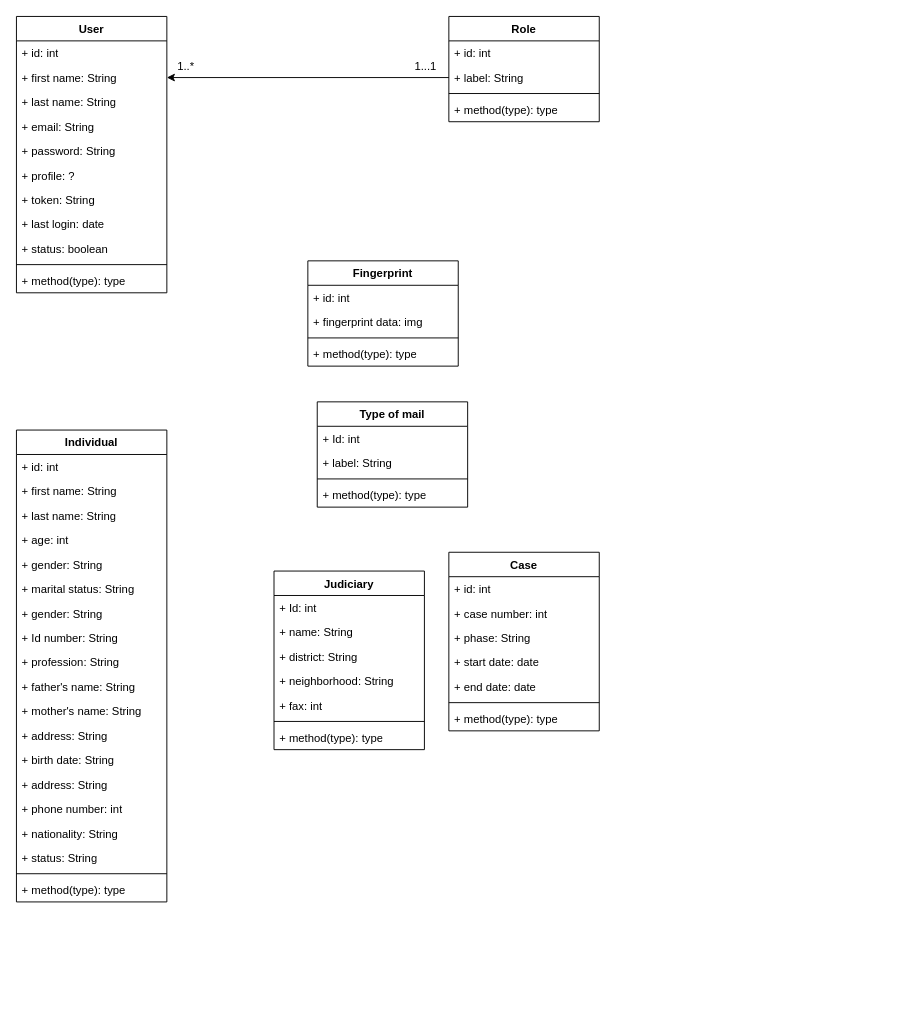
LeloKarma/website keeps this draw.io diagram as NSKT.drawio. Above is the earlier version. Source tidied: cells renumbered, new cells numbered last; positions are measured from the earlier drawing's top-left corner, leaving out a move shared by most shapes. Both pictures are drawn from the tidied source at 94%, with x=0, y=0 at pixel (16, 16).
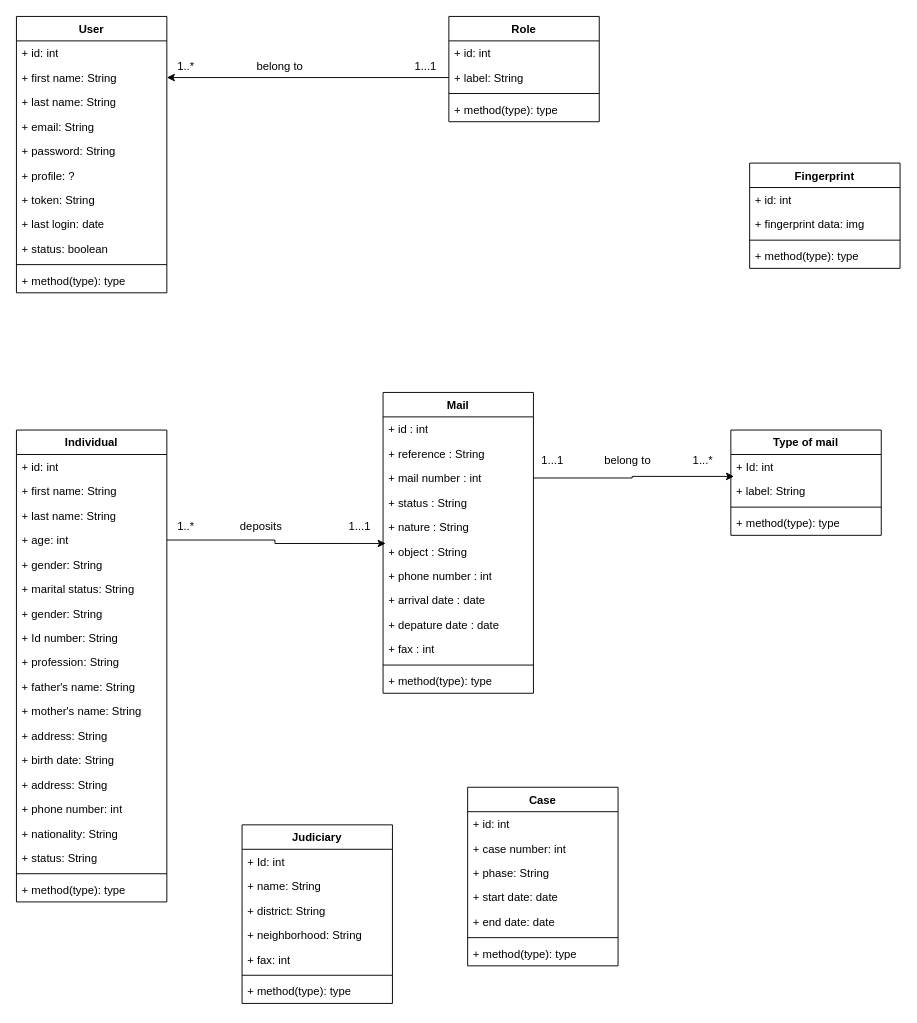
The same diagram, later.

Unchanged cells that the change refers to:
```xml
<mxCell id="23" value="+ age: int" style="text;strokeColor=none;fillColor=none;align=left;verticalAlign=top;spacingLeft=4;spacingRight=4;overflow=hidden;points=[[0,0.5],[1,0.5]];portConstraint=eastwest;whiteSpace=wrap;html=1;" parent="19" vertex="1">
  <mxGeometry y="104" width="160" height="26" as="geometry" />
</mxCell>
<mxCell id="49" value="+ label: String" style="text;strokeColor=none;fillColor=none;align=left;verticalAlign=top;spacingLeft=4;spacingRight=4;overflow=hidden;points=[[0,0.5],[1,0.5]];portConstraint=eastwest;whiteSpace=wrap;html=1;" parent="47" vertex="1">
  <mxGeometry y="52" width="160" height="26" as="geometry" />
</mxCell>
```

The edit, as a diff of the source:
```diff
@@
     <mxCell id="42" value="Fingerprint" style="swimlane;fontStyle=1;align=center;verticalAlign=top;horizontal=1;startSize=26;whiteSpace=wrap;html=1;" parent="1" vertex="1">
-      <mxGeometry x="310" y="260" width="160" height="112" as="geometry" />
+      <mxGeometry x="780" y="156" width="160" height="112" as="geometry" />
     </mxCell>
@@
     <mxCell id="47" value="Type of mail" style="swimlane;fontStyle=1;align=center;verticalAlign=top;horizontal=1;startSize=26;whiteSpace=wrap;html=1;" parent="1" vertex="1">
-      <mxGeometry x="320" y="410" width="160" height="112" as="geometry" />
+      <mxGeometry x="760" y="440" width="160" height="112" as="geometry" />
     </mxCell>
@@
     <mxCell id="52" value="Judiciary" style="swimlane;fontStyle=1;align=center;verticalAlign=top;horizontal=1;startSize=26;whiteSpace=wrap;html=1;" parent="1" vertex="1">
-      <mxGeometry x="274" y="590" width="160" height="190" as="geometry" />
+      <mxGeometry x="240" y="860" width="160" height="190" as="geometry" />
     </mxCell>
@@
     <mxCell id="60" value="Case" style="swimlane;fontStyle=1;align=center;verticalAlign=top;horizontal=1;startSize=26;whiteSpace=wrap;html=1;" parent="1" vertex="1">
-      <mxGeometry x="460" y="570" width="160" height="190" as="geometry" />
+      <mxGeometry x="480" y="820" width="160" height="190" as="geometry" />
     </mxCell>
@@
+    <mxCell id="68" value="Mail" style="swimlane;fontStyle=1;align=center;verticalAlign=top;horizontal=1;startSize=26;whiteSpace=wrap;html=1;" parent="1" vertex="1">
+      <mxGeometry x="390" y="400" width="160" height="320" as="geometry" />
+    </mxCell>
+    <mxCell id="69" value="+ id : int" style="text;strokeColor=none;fillColor=none;align=left;verticalAlign=top;spacingLeft=4;spacingRight=4;overflow=hidden;whiteSpace=wrap;html=1;" parent="68" vertex="1">
+      <mxGeometry y="26" width="160" height="26" as="geometry" />
+    </mxCell>
+    <mxCell id="70" value="+ reference : String" style="text;strokeColor=none;fillColor=none;align=left;verticalAlign=top;spacingLeft=4;spacingRight=4;overflow=hidden;whiteSpace=wrap;html=1;" parent="68" vertex="1">
+      <mxGeometry y="52" width="160" height="26" as="geometry" />
+    </mxCell>
+    <mxCell id="71" value="+ mail number : int" style="text;strokeColor=none;fillColor=none;align=left;verticalAlign=top;spacingLeft=4;spacingRight=4;overflow=hidden;points=[[0,0.5],[1,0.5]];portConstraint=eastwest;whiteSpace=wrap;html=1;" parent="68" vertex="1">
+      <mxGeometry y="78" width="160" height="26" as="geometry" />
+    </mxCell>
+    <mxCell id="72" value="+ status : String" style="text;strokeColor=none;fillColor=none;align=left;verticalAlign=top;spacingLeft=4;spacingRight=4;overflow=hidden;whiteSpace=wrap;html=1;" parent="68" vertex="1">
+      <mxGeometry y="104" width="160" height="26" as="geometry" />
+    </mxCell>
+    <mxCell id="73" value="+ nature : String" style="text;strokeColor=none;fillColor=none;align=left;verticalAlign=top;spacingLeft=4;spacingRight=4;overflow=hidden;whiteSpace=wrap;html=1;" parent="68" vertex="1">
+      <mxGeometry y="130" width="160" height="26" as="geometry" />
+    </mxCell>
+    <mxCell id="74" value="+ object : String" style="text;strokeColor=none;fillColor=none;align=left;verticalAlign=top;spacingLeft=4;spacingRight=4;overflow=hidden;points=[[0,0.5],[1,0.5]];portConstraint=eastwest;whiteSpace=wrap;html=1;" parent="68" vertex="1">
+      <mxGeometry y="156" width="160" height="26" as="geometry" />
+    </mxCell>
+    <mxCell id="75" value="+ phone number : int" style="text;strokeColor=none;fillColor=none;align=left;verticalAlign=top;spacingLeft=4;spacingRight=4;overflow=hidden;whiteSpace=wrap;html=1;" parent="68" vertex="1">
+      <mxGeometry y="182" width="160" height="26" as="geometry" />
+    </mxCell>
+    <mxCell id="76" value="+ arrival date : date" style="text;strokeColor=none;fillColor=none;align=left;verticalAlign=top;spacingLeft=4;spacingRight=4;overflow=hidden;whiteSpace=wrap;html=1;" parent="68" vertex="1">
+      <mxGeometry y="208" width="160" height="26" as="geometry" />
+    </mxCell>
+    <mxCell id="77" value="+ depature date : date" style="text;strokeColor=none;fillColor=none;align=left;verticalAlign=top;spacingLeft=4;spacingRight=4;overflow=hidden;whiteSpace=wrap;html=1;" parent="68" vertex="1">
+      <mxGeometry y="234" width="160" height="26" as="geometry" />
+    </mxCell>
+    <mxCell id="78" value="+ fax : int" style="text;strokeColor=none;fillColor=none;align=left;verticalAlign=top;spacingLeft=4;spacingRight=4;overflow=hidden;whiteSpace=wrap;html=1;" parent="68" vertex="1">
+      <mxGeometry y="260" width="160" height="26" as="geometry" />
+    </mxCell>
+    <mxCell id="79" style="line;strokeWidth=1;fillColor=none;align=left;verticalAlign=middle;spacingTop=-1;spacingLeft=3;spacingRight=3;labelPosition=right;strokeColor=inherit;" parent="68" vertex="1">
+      <mxGeometry y="286" width="160" height="8" as="geometry" />
+    </mxCell>
+    <mxCell id="80" value="+ method(type): type" style="text;strokeColor=none;fillColor=none;align=left;verticalAlign=top;spacingLeft=4;spacingRight=4;overflow=hidden;whiteSpace=wrap;html=1;" parent="68" vertex="1">
+      <mxGeometry y="294" width="160" height="26" as="geometry" />
+    </mxCell>
+    <mxCell id="81" style="edgeStyle=orthogonalEdgeStyle;rounded=0;jettySize=auto;html=1;entryX=0.017;entryY=0.179;entryDx=0;entryDy=0;entryPerimeter=0;" parent="1" edge="1" source="23" target="74">
+      <mxGeometry relative="1" as="geometry" />
+    </mxCell>
+    <mxCell id="82" value="1..*" style="text;html=1;align=center;verticalAlign=middle;strokeColor=none;fillColor=none;" parent="1" vertex="1">
+      <mxGeometry x="160" y="528" width="40" height="30" as="geometry" />
+    </mxCell>
+    <mxCell id="83" value="1...1" style="text;html=1;align=center;verticalAlign=middle;strokeColor=none;fillColor=none;" parent="1" vertex="1">
+      <mxGeometry x="340" y="528" width="50" height="30" as="geometry" />
+    </mxCell>
+    <mxCell id="84" value="deposits" style="text;html=1;align=center;verticalAlign=middle;strokeColor=none;fillColor=none;" parent="1" vertex="1">
+      <mxGeometry x="225" y="528" width="70" height="30" as="geometry" />
+    </mxCell>
+    <mxCell id="85" value="belong to" style="text;html=1;align=center;verticalAlign=middle;strokeColor=none;fillColor=none;" parent="1" vertex="1">
+      <mxGeometry x="245" y="38" width="70" height="30" as="geometry" />
+    </mxCell>
+    <mxCell id="86" style="edgeStyle=orthogonalEdgeStyle;rounded=0;jettySize=auto;html=1;entryX=0.021;entryY=-0.103;entryDx=0;entryDy=0;entryPerimeter=0;exitX=1;exitY=0.5;exitDx=0;exitDy=0;" parent="1" edge="1" source="71" target="49">
+      <mxGeometry relative="1" as="geometry" />
+    </mxCell>
+    <mxCell id="87" value="1...1" style="text;html=1;align=center;verticalAlign=middle;strokeColor=none;fillColor=none;" parent="1" vertex="1">
+      <mxGeometry x="545" y="458" width="50" height="30" as="geometry" />
+    </mxCell>
+    <mxCell id="88" value="1...*" style="text;html=1;align=center;verticalAlign=middle;strokeColor=none;fillColor=none;" parent="1" vertex="1">
+      <mxGeometry x="710" y="458" width="40" height="30" as="geometry" />
+    </mxCell>
+    <mxCell id="89" value="belong to" style="text;html=1;align=center;verticalAlign=middle;strokeColor=none;fillColor=none;" parent="1" vertex="1">
+      <mxGeometry x="615" y="458" width="70" height="30" as="geometry" />
+    </mxCell>
```
